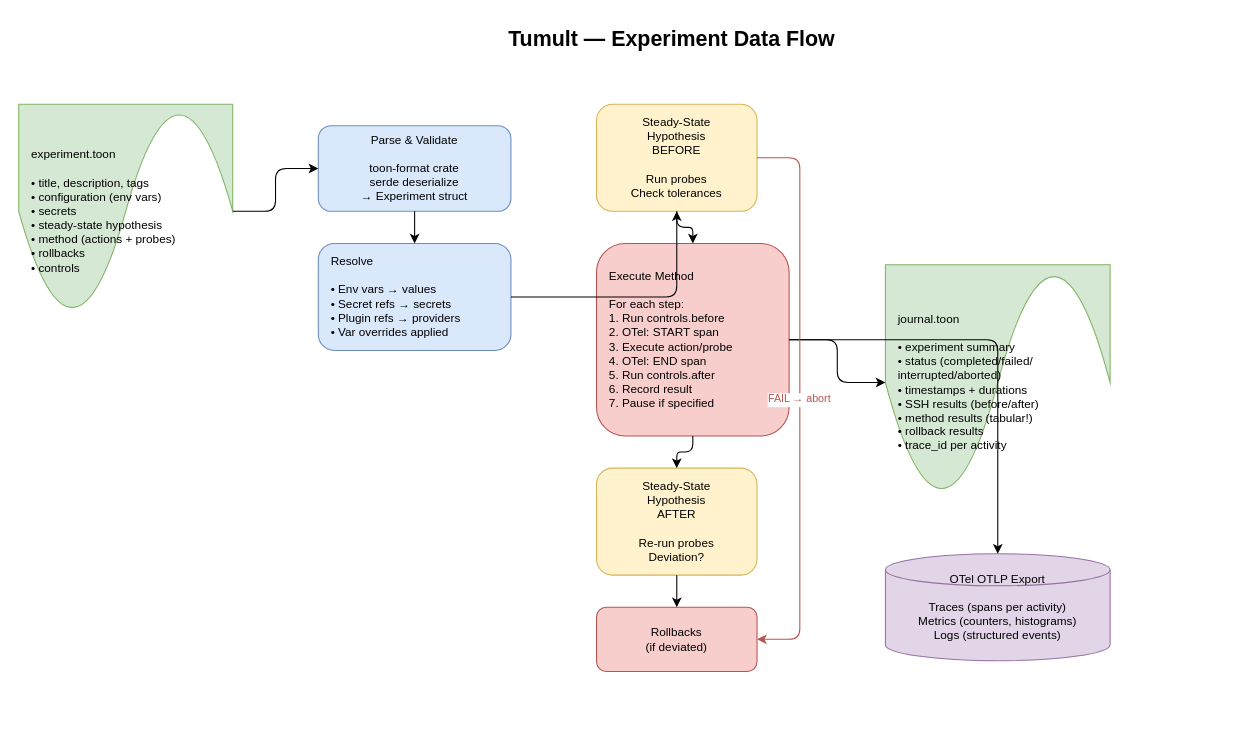
The draw.io diagram page "Experiment Data Flow" (2 of 3) of docs/architecture/tumult-architecture.drawio in mwigge/tumult, before the edit. Source tidied: cells renumbered, new cells numbered last; positions are measured from the earlier drawing's top-left corner, leaving out a move shared by most shapes. Both pictures are drawn from the tidied source at 107%, with x=0, y=0 at pixel (18, 18).
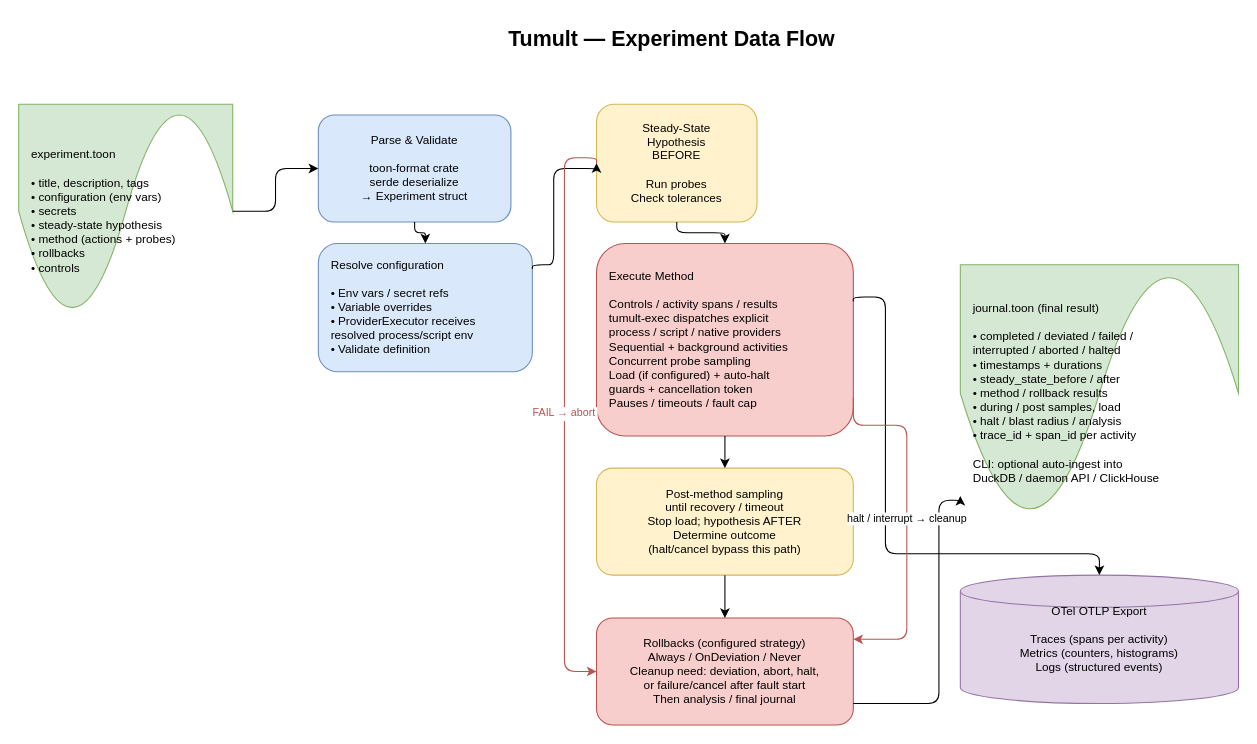
After the change.

What changed in the source:
```diff
@@
     <mxCell id="2" value="Tumult — Experiment Data Flow" style="text;html=1;fontSize=20;fontStyle=1;align=center;" parent="1" vertex="1">
-      <mxGeometry x="410" width="400" height="40" as="geometry" />
+      <mxGeometry x="410" width="400" height="60" as="geometry" />
     </mxCell>
@@
     <mxCell id="4" value="Parse &amp; Validate&#10;&#10;toon-format crate&#10;serde deserialize&#10;→ Experiment struct" style="rounded=1;whiteSpace=wrap;html=1;fillColor=#dae8fc;strokeColor=#6c8ebf;fontSize=11;" parent="1" vertex="1">
-      <mxGeometry x="280" y="100" width="180" height="80" as="geometry" />
+      <mxGeometry x="280" y="90" width="180" height="100" as="geometry" />
     </mxCell>
-    <mxCell id="5" value="Resolve&#10;&#10;• Env vars → values&#10;• Secret refs → secrets&#10;• Plugin refs → providers&#10;• Var overrides applied" style="rounded=1;whiteSpace=wrap;html=1;fillColor=#dae8fc;strokeColor=#6c8ebf;fontSize=11;align=left;spacingLeft=10;" parent="1" vertex="1">
-      <mxGeometry x="280" y="210" width="180" height="100" as="geometry" />
+    <mxCell id="5" value="Resolve configuration&#10;&#10;• Env vars / secret refs&#10;• Variable overrides&#10;• ProviderExecutor receives&#10;  resolved process/script env&#10;• Validate definition" style="rounded=1;whiteSpace=wrap;html=1;fillColor=#dae8fc;strokeColor=#6c8ebf;fontSize=11;align=left;spacingLeft=10;" parent="1" vertex="1">
+      <mxGeometry x="280" y="210" width="200" height="120" as="geometry" />
     </mxCell>
     <mxCell id="6" value="Steady-State&#10;Hypothesis&#10;BEFORE&#10;&#10;Run probes&#10;Check tolerances" style="rounded=1;whiteSpace=wrap;html=1;fillColor=#fff2cc;strokeColor=#d6b656;fontSize=11;" parent="1" vertex="1">
-      <mxGeometry x="540" y="80" width="150" height="100" as="geometry" />
+      <mxGeometry x="540" y="80" width="150" height="110" as="geometry" />
     </mxCell>
-    <mxCell id="7" value="Execute Method&#10;&#10;For each step:&#10;1. Run controls.before&#10;2. OTel: START span&#10;3. Execute action/probe&#10;4. OTel: END span&#10;5. Run controls.after&#10;6. Record result&#10;7. Pause if specified" style="rounded=1;whiteSpace=wrap;html=1;fillColor=#f8cecc;strokeColor=#b85450;fontSize=11;align=left;spacingLeft=10;" parent="1" vertex="1">
-      <mxGeometry x="540" y="210" width="180" height="180" as="geometry" />
+    <mxCell id="7" value="Execute Method&#10;&#10;Controls / activity spans / results&#10;tumult-exec dispatches explicit&#10;process / script / native providers&#10;Sequential + background activities&#10;Concurrent probe sampling&#10;Load (if configured) + auto-halt&#10;guards + cancellation token&#10;Pauses / timeouts / fault cap" style="rounded=1;whiteSpace=wrap;html=1;fillColor=#f8cecc;strokeColor=#b85450;fontSize=11;align=left;spacingLeft=10;" parent="1" vertex="1">
+      <mxGeometry x="540" y="210" width="240" height="180" as="geometry" />
     </mxCell>
-    <mxCell id="8" value="Steady-State&#10;Hypothesis&#10;AFTER&#10;&#10;Re-run probes&#10;Deviation?" style="rounded=1;whiteSpace=wrap;html=1;fillColor=#fff2cc;strokeColor=#d6b656;fontSize=11;" parent="1" vertex="1">
-      <mxGeometry x="540" y="420" width="150" height="100" as="geometry" />
+    <mxCell id="8" value="Post-method sampling&#10;until recovery / timeout&#10;Stop load; hypothesis AFTER&#10;Determine outcome&#10;(halt/cancel bypass this path)" style="rounded=1;whiteSpace=wrap;html=1;fillColor=#fff2cc;strokeColor=#d6b656;fontSize=11;" parent="1" vertex="1">
+      <mxGeometry x="540" y="420" width="240" height="100" as="geometry" />
     </mxCell>
-    <mxCell id="9" value="Rollbacks&#10;(if deviated)" style="rounded=1;whiteSpace=wrap;html=1;fillColor=#f8cecc;strokeColor=#b85450;fontSize=11;" parent="1" vertex="1">
-      <mxGeometry x="540" y="550" width="150" height="60" as="geometry" />
+    <mxCell id="9" value="Rollbacks (configured strategy)&#10;Always / OnDeviation / Never&#10;Cleanup need: deviation, abort, halt,&#10;or failure/cancel after fault start&#10;Then analysis / final journal" style="rounded=1;whiteSpace=wrap;html=1;fillColor=#f8cecc;strokeColor=#b85450;fontSize=11;" parent="1" vertex="1">
+      <mxGeometry x="540" y="560" width="240" height="100" as="geometry" />
     </mxCell>
-    <mxCell id="10" value="journal.toon&#10;&#10;• experiment summary&#10;• status (completed/failed/&#10;  interrupted/aborted)&#10;• timestamps + durations&#10;• SSH results (before/after)&#10;• method results (tabular!)&#10;• rollback results&#10;• trace_id per activity" style="shape=document;whiteSpace=wrap;html=1;size=20;fillColor=#d5e8d4;strokeColor=#82b366;fontSize=11;align=left;spacingLeft=10;" parent="1" vertex="1">
-      <mxGeometry x="810" y="230" width="210" height="220" as="geometry" />
+    <mxCell id="10" value="journal.toon (final result)&#10;&#10;• completed / deviated / failed /&#10;  interrupted / aborted / halted&#10;• timestamps + durations&#10;• steady_state_before / after&#10;• method / rollback results&#10;• during / post samples, load&#10;• halt / blast radius / analysis&#10;• trace_id + span_id per activity&#10;&#10;CLI: optional auto-ingest into&#10;DuckDB / daemon API / ClickHouse" style="shape=document;whiteSpace=wrap;html=1;size=20;fillColor=#d5e8d4;strokeColor=#82b366;fontSize=11;align=left;spacingLeft=10;" parent="1" vertex="1">
+      <mxGeometry x="880" y="230" width="260" height="240" as="geometry" />
     </mxCell>
     <mxCell id="11" value="OTel OTLP Export&#10;&#10;Traces (spans per activity)&#10;Metrics (counters, histograms)&#10;Logs (structured events)" style="shape=cylinder3;whiteSpace=wrap;html=1;size=15;fillColor=#e1d5e7;strokeColor=#9673a6;fontSize=11;" parent="1" vertex="1">
-      <mxGeometry x="810" y="500" width="210" height="100" as="geometry" />
+      <mxGeometry x="880" y="520" width="260" height="120" as="geometry" />
     </mxCell>
@@
-    <mxCell id="14" style="edgeStyle=orthogonalEdgeStyle;" parent="1" edge="1" source="5" target="6">
-      <mxGeometry relative="1" as="geometry" />
+    <mxCell id="14" style="edgeStyle=orthogonalEdgeStyle;rounded=1;jettySize=auto;exitX=1;exitY=0.2;entryX=0;entryY=0.5;" parent="1" edge="1" source="5" target="6">
+      <mxGeometry relative="1" as="geometry">
+        <Array as="points">
+          <mxPoint x="500" y="230" />
+          <mxPoint x="500" y="140" />
+        </Array>
+      </mxGeometry>
     </mxCell>
@@
-    <mxCell id="18" style="edgeStyle=orthogonalEdgeStyle;" parent="1" edge="1" source="7" target="10">
-      <mxGeometry relative="1" as="geometry" />
+    <mxCell id="18" style="edgeStyle=orthogonalEdgeStyle;rounded=1;jettySize=auto;exitX=1;exitY=0.8;entryX=0;entryY=0.9;" parent="1" edge="1" source="9" target="10">
+      <mxGeometry relative="1" as="geometry">
+        <Array as="points">
+          <mxPoint x="860" y="640" />
+          <mxPoint x="860" y="450" />
+        </Array>
+      </mxGeometry>
     </mxCell>
-    <mxCell id="19" style="edgeStyle=orthogonalEdgeStyle;" parent="1" edge="1" source="7" target="11">
-      <mxGeometry relative="1" as="geometry" />
+    <mxCell id="19" style="edgeStyle=orthogonalEdgeStyle;rounded=1;jettySize=auto;exitX=1;exitY=0.3;entryX=0.5;entryY=0;" parent="1" edge="1" source="7" target="11">
+      <mxGeometry relative="1" as="geometry">
+        <Array as="points">
+          <mxPoint x="810" y="260" />
+          <mxPoint x="810" y="500" />
+          <mxPoint x="1010" y="500" />
+        </Array>
+      </mxGeometry>
     </mxCell>
-    <mxCell id="20" value="FAIL → abort" style="edgeStyle=orthogonalEdgeStyle;strokeColor=#b85450;fontColor=#b85450;fontSize=10;" parent="1" edge="1" source="6" target="9">
+    <mxCell id="20" value="FAIL → abort" style="edgeStyle=orthogonalEdgeStyle;rounded=1;jettySize=auto;strokeColor=#b85450;fontColor=#b85450;fontSize=10;exitX=0;exitY=0.5;entryX=0;entryY=0.5;" parent="1" edge="1" source="6" target="9">
       <mxGeometry relative="1" as="geometry">
         <Array as="points">
-          <mxPoint x="730" y="130" />
-          <mxPoint x="730" y="580" />
+          <mxPoint x="510" y="130" />
+          <mxPoint x="510" y="610" />
         </Array>
       </mxGeometry>
     </mxCell>
+    <mxCell id="21" value="halt / interrupt → cleanup" style="edgeStyle=orthogonalEdgeStyle;rounded=1;jettySize=auto;html=1;strokeColor=#b85450;fontSize=10;exitX=1;exitY=0.8;entryX=1;entryY=0.2;" parent="1" edge="1" source="7" target="9">
+      <mxGeometry relative="1" as="geometry">
+        <Array as="points">
+          <mxPoint x="830" y="380" />
+          <mxPoint x="830" y="580" />
+        </Array>
+      </mxGeometry>
+    </mxCell>
```
